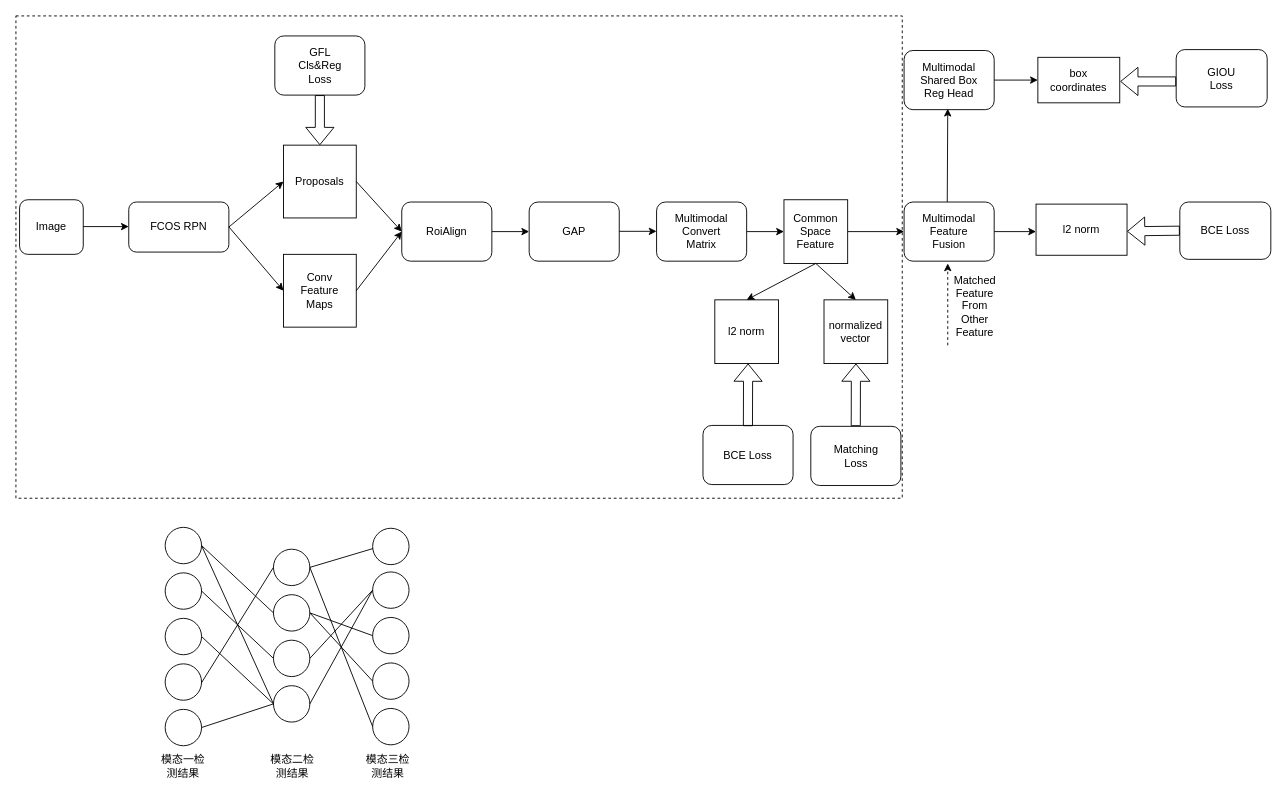
Above: 多模态目标检测.drawio in thb1314/for_draw_io (draw.io), before the change. Source tidied: cells renumbered, new cells numbered last; positions are measured from the earlier drawing's top-left corner, leaving out a move shared by most shapes. Both pictures are drawn from the tidied source at 91%, with x=0, y=0 at pixel (15, 15).
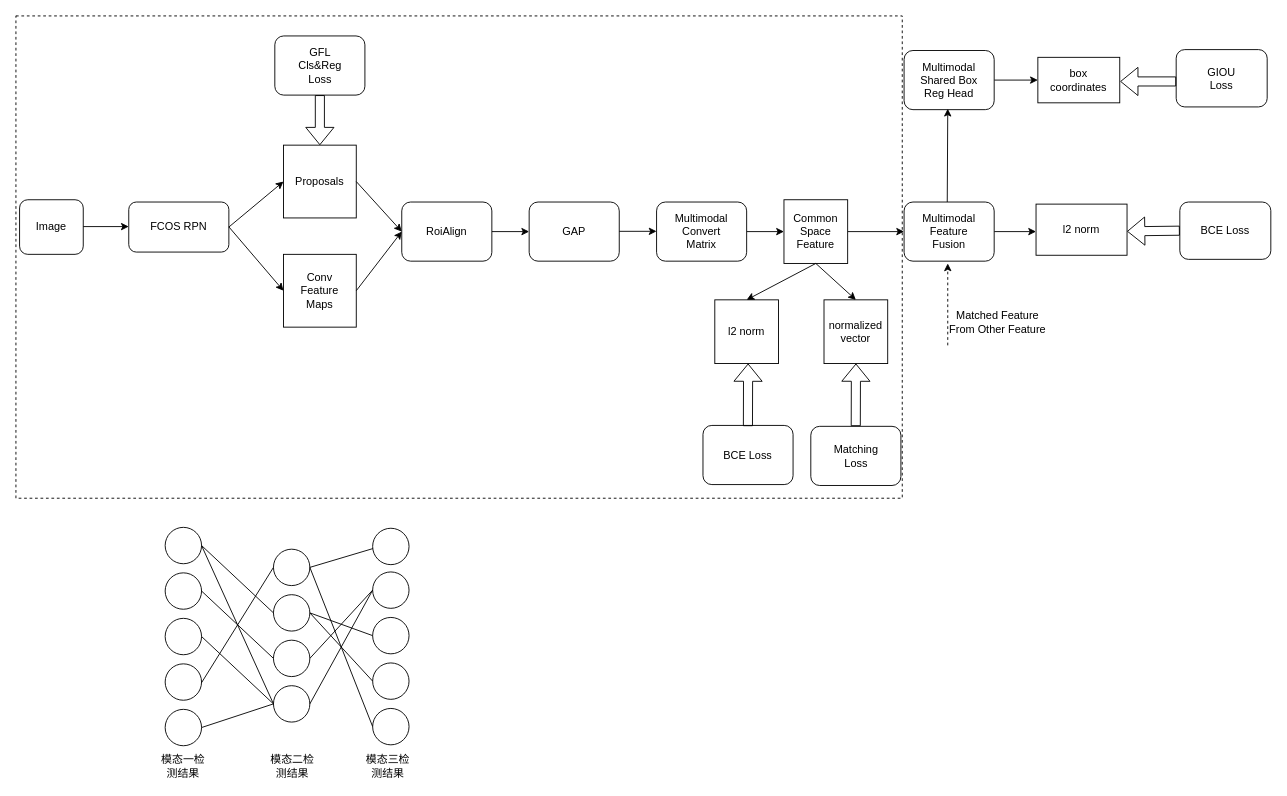
After the change.

Commit message:
更新多模态目标检测.drawio

Change to the diagram source:
```diff
@@
-    <mxCell id="41" value="Matched Feature&lt;br&gt;From&lt;br&gt;Other&lt;br&gt;Feature" style="text;html=1;strokeColor=none;fillColor=none;align=center;verticalAlign=middle;whiteSpace=wrap;rounded=0;" parent="1" vertex="1">
-      <mxGeometry x="1024" y="304" width="60" height="30" as="geometry" />
+    <mxCell id="41" value="Matched Feature&lt;br&gt;From Other Feature" style="text;html=1;strokeColor=none;fillColor=none;align=center;verticalAlign=middle;whiteSpace=wrap;rounded=0;" parent="1" vertex="1">
+      <mxGeometry x="1014" y="322" width="130" height="30" as="geometry" />
     </mxCell>
```
